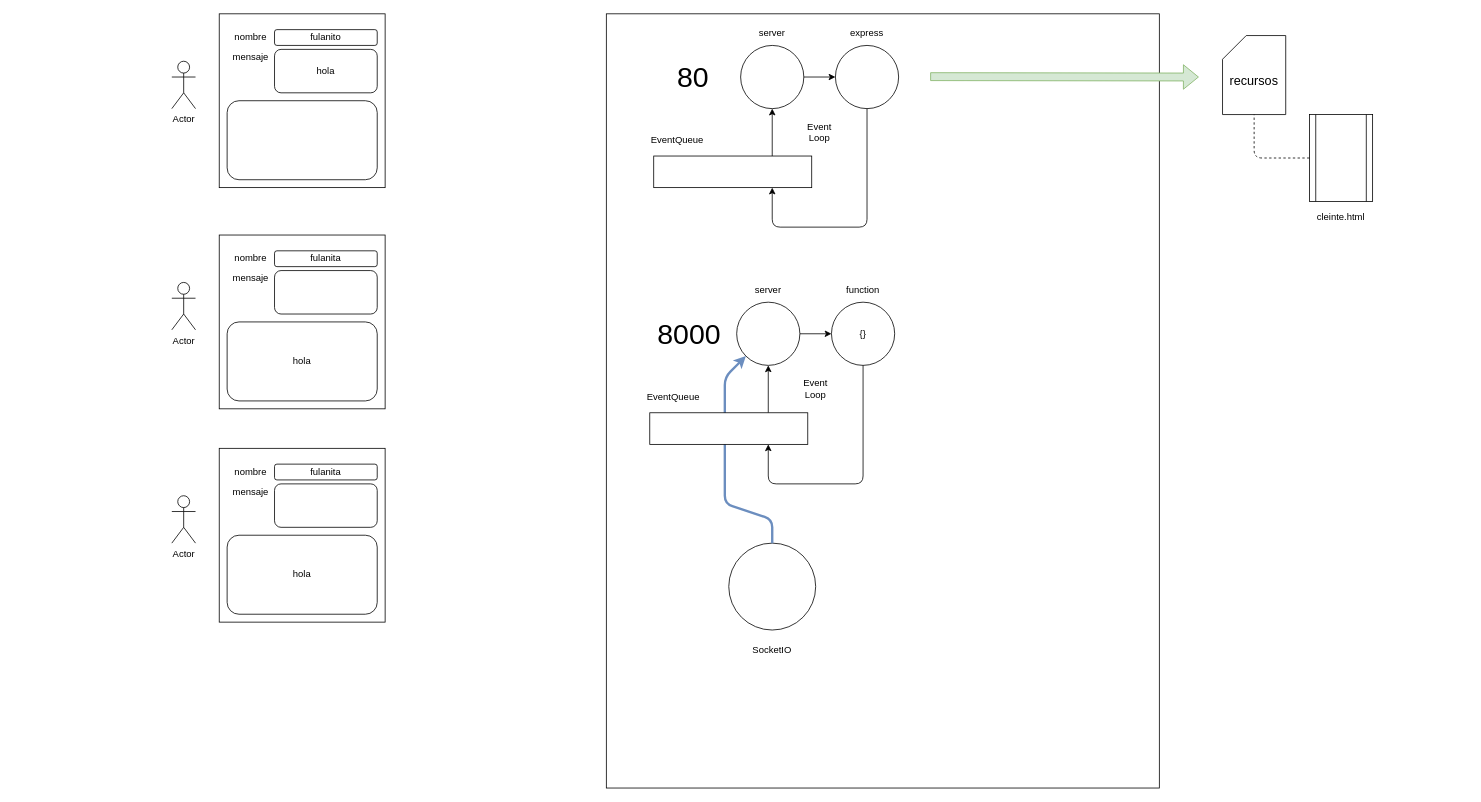
Earlier version of the draw.io diagram page "Página-52-Chat" (52 of 52) of dibujos.drawio (lrag/MEAN_2021_2). Source tidied: cells renumbered, new cells numbered last; positions are measured from the earlier drawing's top-left corner, leaving out a move shared by most shapes. Both pictures are drawn from the tidied source at 79%, with x=0, y=0 at pixel (171, 13).
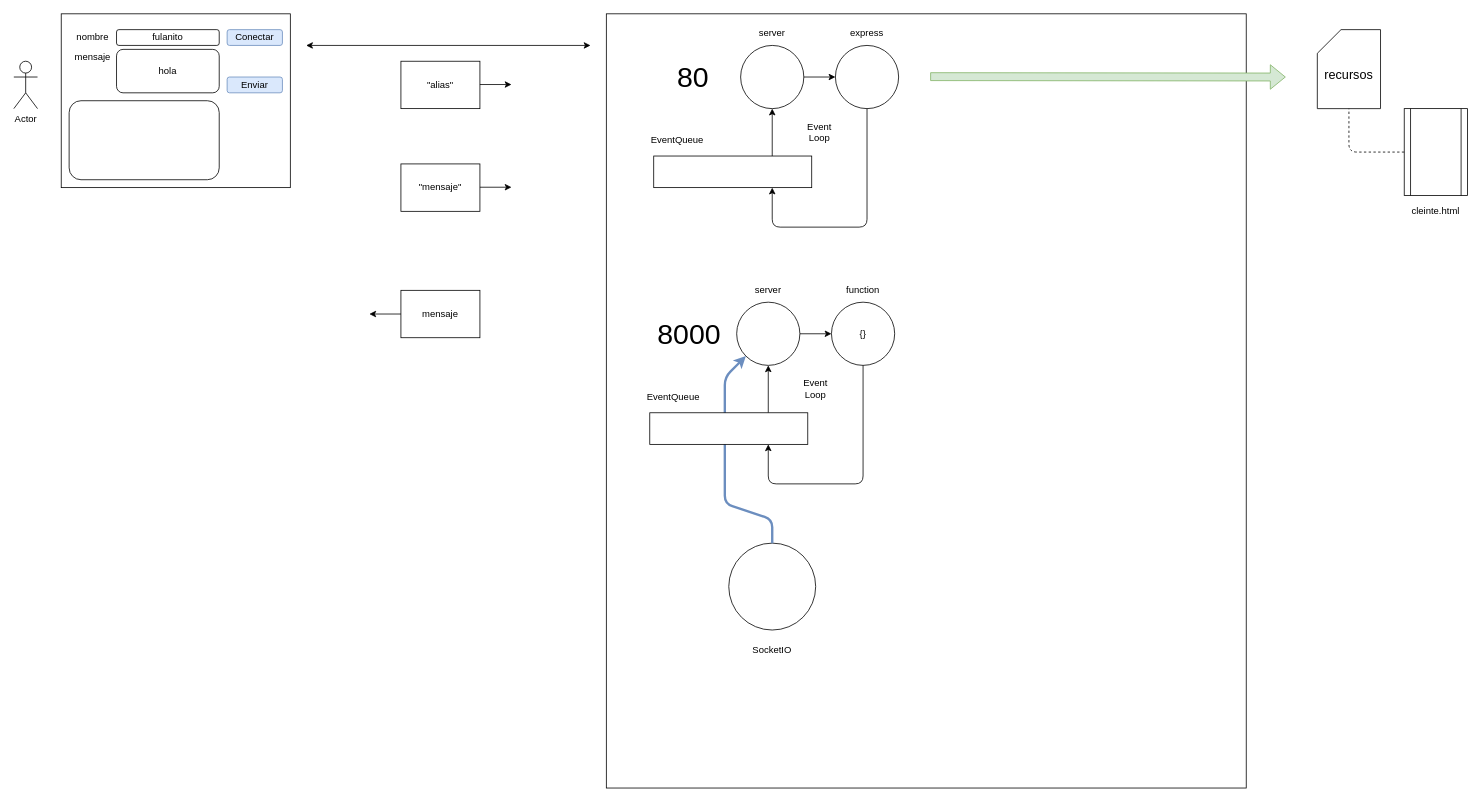
After the change.

Change to the diagram source:
```diff
@@
     <mxCell id="2" style="rounded=0;whiteSpace=wrap;html=1;fontSize=12;" parent="1" vertex="1">
-      <mxGeometry x="60" width="210" height="220" as="geometry" />
+      <mxGeometry x="-140" width="290" height="220" as="geometry" />
     </mxCell>
     <mxCell id="3" value="fulanito" style="rounded=1;whiteSpace=wrap;html=1;fontSize=12;" parent="1" vertex="1">
-      <mxGeometry x="130" y="20" width="130" height="20" as="geometry" />
+      <mxGeometry x="-70" y="20" width="130" height="20" as="geometry" />
     </mxCell>
     <mxCell id="4" value="nombre" style="text;html=1;strokeColor=none;fillColor=none;align=center;verticalAlign=middle;whiteSpace=wrap;rounded=0;fontSize=12;" parent="1" vertex="1">
-      <mxGeometry x="70" y="15" width="60" height="30" as="geometry" />
+      <mxGeometry x="-130" y="15" width="60" height="30" as="geometry" />
     </mxCell>
     <mxCell id="5" value="hola" style="rounded=1;whiteSpace=wrap;html=1;fontSize=12;" parent="1" vertex="1">
-      <mxGeometry x="130" y="45" width="130" height="55" as="geometry" />
+      <mxGeometry x="-70" y="45" width="130" height="55" as="geometry" />
     </mxCell>
     <mxCell id="6" value="mensaje" style="text;html=1;strokeColor=none;fillColor=none;align=center;verticalAlign=middle;whiteSpace=wrap;rounded=0;fontSize=12;" parent="1" vertex="1">
-      <mxGeometry x="70" y="40" width="60" height="30" as="geometry" />
+      <mxGeometry x="-130" y="40" width="60" height="30" as="geometry" />
     </mxCell>
     <mxCell id="7" style="rounded=1;whiteSpace=wrap;html=1;fontSize=12;" parent="1" vertex="1">
-      <mxGeometry x="70" y="110" width="190" height="100" as="geometry" />
+      <mxGeometry x="-130" y="110" width="190" height="100" as="geometry" />
     </mxCell>
     <mxCell id="8" value="Actor" style="shape=umlActor;verticalLabelPosition=bottom;verticalAlign=top;html=1;fontSize=12;" parent="1" vertex="1">
-      <mxGeometry y="60" width="30" height="60" as="geometry" />
+      <mxGeometry x="-200" y="60" width="30" height="60" as="geometry" />
     </mxCell>
-    <mxCell id="9" style="rounded=0;whiteSpace=wrap;html=1;fontSize=12;" parent="1" vertex="1">
-      <mxGeometry x="60" y="280" width="210" height="220" as="geometry" />
-    </mxCell>
-    <mxCell id="10" value="fulanita" style="rounded=1;whiteSpace=wrap;html=1;fontSize=12;" parent="1" vertex="1">
-      <mxGeometry x="130" y="300" width="130" height="20" as="geometry" />
-    </mxCell>
-    <mxCell id="11" value="nombre" style="text;html=1;strokeColor=none;fillColor=none;align=center;verticalAlign=middle;whiteSpace=wrap;rounded=0;fontSize=12;" parent="1" vertex="1">
-      <mxGeometry x="70" y="295" width="60" height="30" as="geometry" />
-    </mxCell>
-    <mxCell id="12" style="rounded=1;whiteSpace=wrap;html=1;fontSize=12;" parent="1" vertex="1">
-      <mxGeometry x="130" y="325" width="130" height="55" as="geometry" />
-    </mxCell>
-    <mxCell id="13" value="mensaje" style="text;html=1;strokeColor=none;fillColor=none;align=center;verticalAlign=middle;whiteSpace=wrap;rounded=0;fontSize=12;" parent="1" vertex="1">
-      <mxGeometry x="70" y="320" width="60" height="30" as="geometry" />
-    </mxCell>
-    <mxCell id="14" value="hola" style="rounded=1;whiteSpace=wrap;html=1;fontSize=12;" parent="1" vertex="1">
-      <mxGeometry x="70" y="390" width="190" height="100" as="geometry" />
-    </mxCell>
-    <mxCell id="15" value="Actor" style="shape=umlActor;verticalLabelPosition=bottom;verticalAlign=top;html=1;fontSize=12;" parent="1" vertex="1">
-      <mxGeometry y="340" width="30" height="60" as="geometry" />
-    </mxCell>
-    <mxCell id="16" style="rounded=0;whiteSpace=wrap;html=1;fontSize=12;" parent="1" vertex="1">
-      <mxGeometry x="60" y="550" width="210" height="220" as="geometry" />
-    </mxCell>
-    <mxCell id="17" value="fulanita" style="rounded=1;whiteSpace=wrap;html=1;fontSize=12;" parent="1" vertex="1">
-      <mxGeometry x="130" y="570" width="130" height="20" as="geometry" />
-    </mxCell>
-    <mxCell id="18" value="nombre" style="text;html=1;strokeColor=none;fillColor=none;align=center;verticalAlign=middle;whiteSpace=wrap;rounded=0;fontSize=12;" parent="1" vertex="1">
-      <mxGeometry x="70" y="565" width="60" height="30" as="geometry" />
-    </mxCell>
-    <mxCell id="19" style="rounded=1;whiteSpace=wrap;html=1;fontSize=12;" parent="1" vertex="1">
-      <mxGeometry x="130" y="595" width="130" height="55" as="geometry" />
-    </mxCell>
-    <mxCell id="20" value="mensaje" style="text;html=1;strokeColor=none;fillColor=none;align=center;verticalAlign=middle;whiteSpace=wrap;rounded=0;fontSize=12;" parent="1" vertex="1">
-      <mxGeometry x="70" y="590" width="60" height="30" as="geometry" />
-    </mxCell>
-    <mxCell id="21" value="hola" style="rounded=1;whiteSpace=wrap;html=1;fontSize=12;" parent="1" vertex="1">
-      <mxGeometry x="70" y="660" width="190" height="100" as="geometry" />
-    </mxCell>
-    <mxCell id="22" value="Actor" style="shape=umlActor;verticalLabelPosition=bottom;verticalAlign=top;html=1;fontSize=12;" parent="1" vertex="1">
-      <mxGeometry y="610" width="30" height="60" as="geometry" />
-    </mxCell>
     <mxCell id="23" style="rounded=0;whiteSpace=wrap;html=1;fontSize=12;" parent="1" vertex="1">
-      <mxGeometry x="550" width="700" height="980" as="geometry" />
+      <mxGeometry x="550" width="810" height="980" as="geometry" />
     </mxCell>
@@
     <mxCell id="33" value="&lt;font size=&quot;3&quot;&gt;recursos&lt;/font&gt;" style="shape=card;whiteSpace=wrap;html=1;fontSize=36;" parent="1" vertex="1">
-      <mxGeometry x="1330" y="27.5" width="80" height="100" as="geometry" />
+      <mxGeometry x="1450" y="20" width="80" height="100" as="geometry" />
     </mxCell>
     <mxCell id="34" style="shape=process;whiteSpace=wrap;html=1;backgroundOutline=1;fontSize=12;" parent="1" vertex="1">
-      <mxGeometry x="1440" y="127.5" width="80" height="110" as="geometry" />
+      <mxGeometry x="1560" y="120" width="80" height="110" as="geometry" />
     </mxCell>
     <mxCell id="35" value="cleinte.html" style="text;html=1;strokeColor=none;fillColor=none;align=center;verticalAlign=middle;whiteSpace=wrap;rounded=0;fontSize=12;" parent="1" vertex="1">
-      <mxGeometry x="1450" y="242.5" width="60" height="30" as="geometry" />
+      <mxGeometry x="1570" y="235" width="60" height="30" as="geometry" />
     </mxCell>
     <mxCell id="36" style="endArrow=none;dashed=1;html=1;rounded=1;fontSize=12;entryX=0.5;entryY=1;entryDx=0;entryDy=0;entryPerimeter=0;exitX=0;exitY=0.5;exitDx=0;exitDy=0;" parent="1" edge="1" source="34" target="33">
       <mxGeometry relative="1" as="geometry">
         <Array as="points">
-          <mxPoint x="1370" y="182.5" />
+          <mxPoint x="1490" y="175" />
         </Array>
       </mxGeometry>
     </mxCell>
@@
     <mxCell id="39" style="shape=flexArrow;endArrow=classic;html=1;rounded=1;fontSize=12;fillColor=#d5e8d4;strokeColor=#82b366;" parent="1" edge="1">
       <mxGeometry relative="1" as="geometry">
         <mxPoint x="960" y="79.5" as="sourcePoint" />
-        <mxPoint x="1300" y="80" as="targetPoint" />
+        <mxPoint x="1410" y="80" as="targetPoint" />
       </mxGeometry>
     </mxCell>
@@
+    <mxCell id="54" value="Conectar" style="rounded=1;whiteSpace=wrap;html=1;fontSize=12;fillColor=#dae8fc;strokeColor=#6c8ebf;" parent="1" vertex="1">
+      <mxGeometry x="70" y="20" width="70" height="20" as="geometry" />
+    </mxCell>
+    <mxCell id="55" value="Enviar" style="rounded=1;whiteSpace=wrap;html=1;fontSize=12;fillColor=#dae8fc;strokeColor=#6c8ebf;" parent="1" vertex="1">
+      <mxGeometry x="70" y="80" width="70" height="20" as="geometry" />
+    </mxCell>
+    <mxCell id="56" style="endArrow=classic;startArrow=classic;html=1;rounded=1;fontSize=12;strokeWidth=1;" parent="1" edge="1">
+      <mxGeometry relative="1" as="geometry">
+        <mxPoint x="170" y="40" as="sourcePoint" />
+        <mxPoint x="530" y="40" as="targetPoint" />
+      </mxGeometry>
+    </mxCell>
+    <mxCell id="57" value="&quot;alias&quot;" style="rounded=0;whiteSpace=wrap;html=1;strokeWidth=1;fillColor=none;" parent="1" vertex="1">
+      <mxGeometry x="290" y="60" width="100" height="60" as="geometry" />
+    </mxCell>
+    <mxCell id="58" value="mensaje" style="rounded=0;whiteSpace=wrap;html=1;strokeWidth=1;fillColor=none;" parent="1" vertex="1">
+      <mxGeometry x="290" y="350" width="100" height="60" as="geometry" />
+    </mxCell>
+    <mxCell id="59" style="endArrow=classic;html=1;" parent="1" edge="1">
+      <mxGeometry relative="1" as="geometry">
+        <mxPoint x="390" y="89.5" as="sourcePoint" />
+        <mxPoint x="430" y="89.5" as="targetPoint" />
+      </mxGeometry>
+    </mxCell>
+    <mxCell id="60" style="endArrow=classic;html=1;" parent="1" edge="1">
+      <mxGeometry relative="1" as="geometry">
+        <mxPoint x="290" y="380" as="sourcePoint" />
+        <mxPoint x="250" y="380" as="targetPoint" />
+      </mxGeometry>
+    </mxCell>
+    <mxCell id="61" value="&quot;mensaje&quot;" style="rounded=0;whiteSpace=wrap;html=1;strokeWidth=1;fillColor=none;" parent="1" vertex="1">
+      <mxGeometry x="290" y="190" width="100" height="60" as="geometry" />
+    </mxCell>
+    <mxCell id="62" style="endArrow=classic;html=1;" parent="1" edge="1">
+      <mxGeometry relative="1" as="geometry">
+        <mxPoint x="390" y="219.5" as="sourcePoint" />
+        <mxPoint x="430" y="219.5" as="targetPoint" />
+      </mxGeometry>
+    </mxCell>
```
